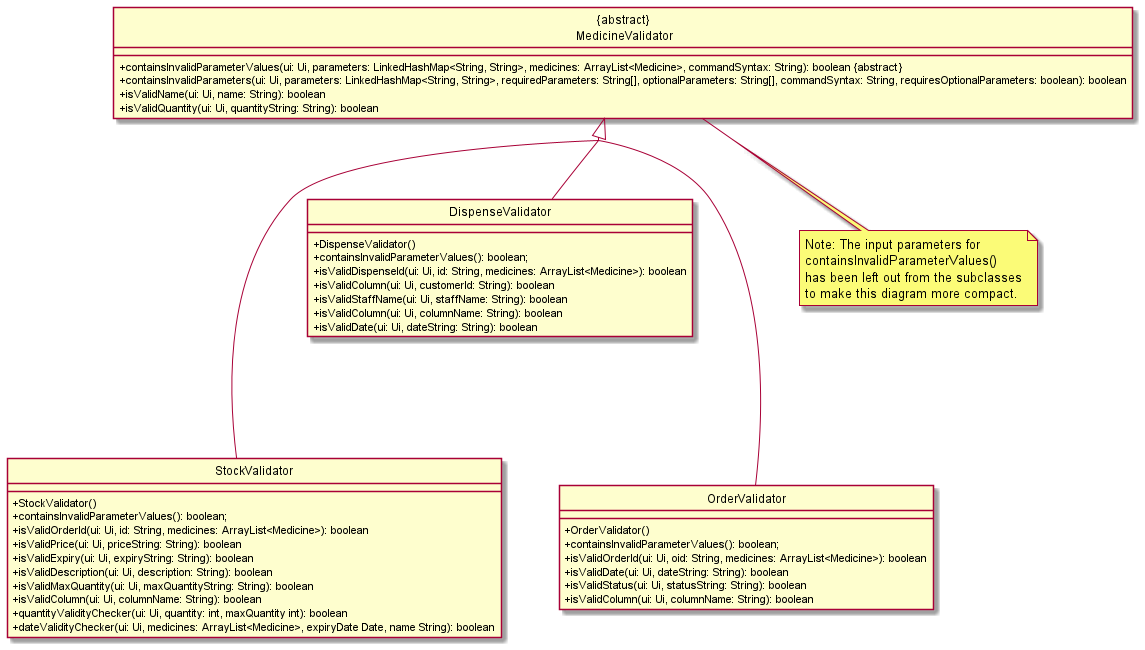
This is docs/diagrams/diagram_images/ValidatorClassDiagram.png from nus-cs2113-AY2122S1/tp, a PlantUML export, as it was before one commit.
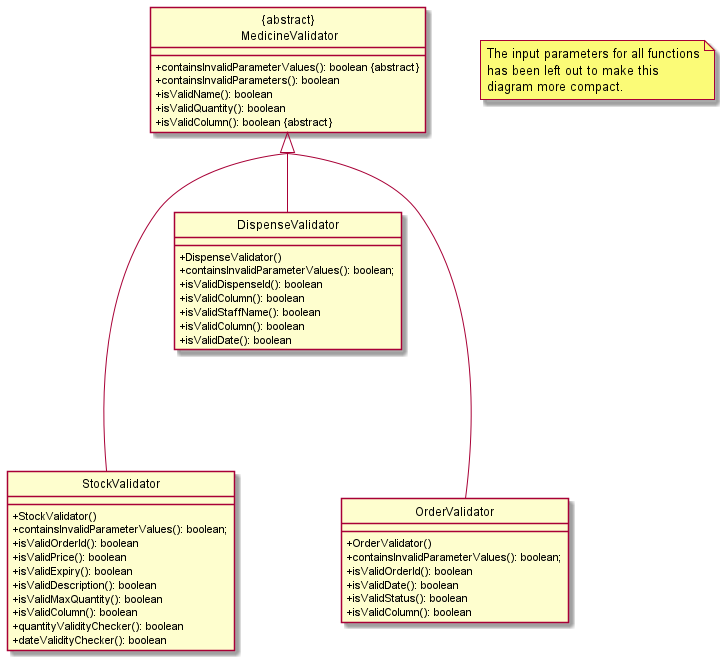
Later version of the same file.

Diff of the diagram source:
```diff
@@ -5,47 +5,48 @@
 
 
 class "{abstract}\n MedicineValidator"{
-    +containsInvalidParameterValues(ui: Ui, parameters: LinkedHashMap<String, String>, medicines: ArrayList<Medicine>, commandSyntax: String): boolean &#123;abstract&#125;
-    +containsInvalidParameters(ui: Ui, parameters: LinkedHashMap<String, String>, requiredParameters: String[], optionalParameters: String[], commandSyntax: String, requiresOptionalParameters: boolean): boolean
-    +isValidName(ui: Ui, name: String): boolean
-    +isValidQuantity(ui: Ui, quantityString: String): boolean
+    +containsInvalidParameterValues(): boolean &#123;abstract&#125;
+    +containsInvalidParameters(): boolean
+    +isValidName(): boolean
+    +isValidQuantity(): boolean
+    +isValidColumn(): boolean &#123;abstract&#125;
 }
 
 class "StockValidator"{
     +StockValidator()
     +containsInvalidParameterValues(): boolean;
-    +isValidOrderId(ui: Ui, id: String, medicines: ArrayList<Medicine>): boolean
-    +isValidPrice(ui: Ui, priceString: String): boolean
-    +isValidExpiry(ui: Ui, expiryString: String): boolean
-    +isValidDescription(ui: Ui, description: String): boolean
-    +isValidMaxQuantity(ui: Ui, maxQuantityString: String): boolean
-    +isValidColumn(ui: Ui, columnName: String): boolean
-    +quantityValidityChecker(ui: Ui, quantity: int, maxQuantity int): boolean
-    +dateValidityChecker(ui: Ui, medicines: ArrayList<Medicine>, expiryDate Date, name String): boolean
+    +isValidOrderId(): boolean
+    +isValidPrice(): boolean
+    +isValidExpiry(): boolean
+    +isValidDescription(): boolean
+    +isValidMaxQuantity(): boolean
+    +isValidColumn(): boolean
+    +quantityValidityChecker(): boolean
+    +dateValidityChecker(): boolean
 }
 
 class "DispenseValidator"{
     +DispenseValidator()
     +containsInvalidParameterValues(): boolean;
-    +isValidDispenseId(ui: Ui, id: String, medicines: ArrayList<Medicine>): boolean
-    +isValidColumn(ui: Ui, customerId: String): boolean
-    +isValidStaffName(ui: Ui, staffName: String): boolean
-    +isValidColumn(ui: Ui, columnName: String): boolean
-    +isValidDate(ui: Ui, dateString: String): boolean
+    +isValidDispenseId(): boolean
+    +isValidColumn(): boolean
+    +isValidStaffName(): boolean
+    +isValidColumn(): boolean
+    +isValidDate(): boolean
 }
 
 class "OrderValidator"{
     +OrderValidator()
     +containsInvalidParameterValues(): boolean;
-    +isValidOrderId(ui: Ui, oid: String, medicines: ArrayList<Medicine>): boolean
-    +isValidDate(ui: Ui, dateString: String): boolean
-    +isValidStatus(ui: Ui, statusString: String): boolean
-    +isValidColumn(ui: Ui, columnName: String): boolean
+    +isValidOrderId(): boolean
+    +isValidDate(): boolean
+    +isValidStatus(): boolean
+    +isValidColumn(): boolean
 }
 
 "{abstract}\n MedicineValidator" <|---- "StockValidator"
 "{abstract}\n MedicineValidator" <|-- "DispenseValidator"
 "{abstract}\n MedicineValidator" <|---- "OrderValidator"
 
-note bottom of "{abstract}\n MedicineValidator" : Note: The input parameters for\ncontainsInvalidParameterValues()\nhas been left out from the subclasses\nto make this diagram more compact.
+note "The input parameters for all functions\nhas been left out to make this\ndiagram more compact." as n1
 @enduml
```
